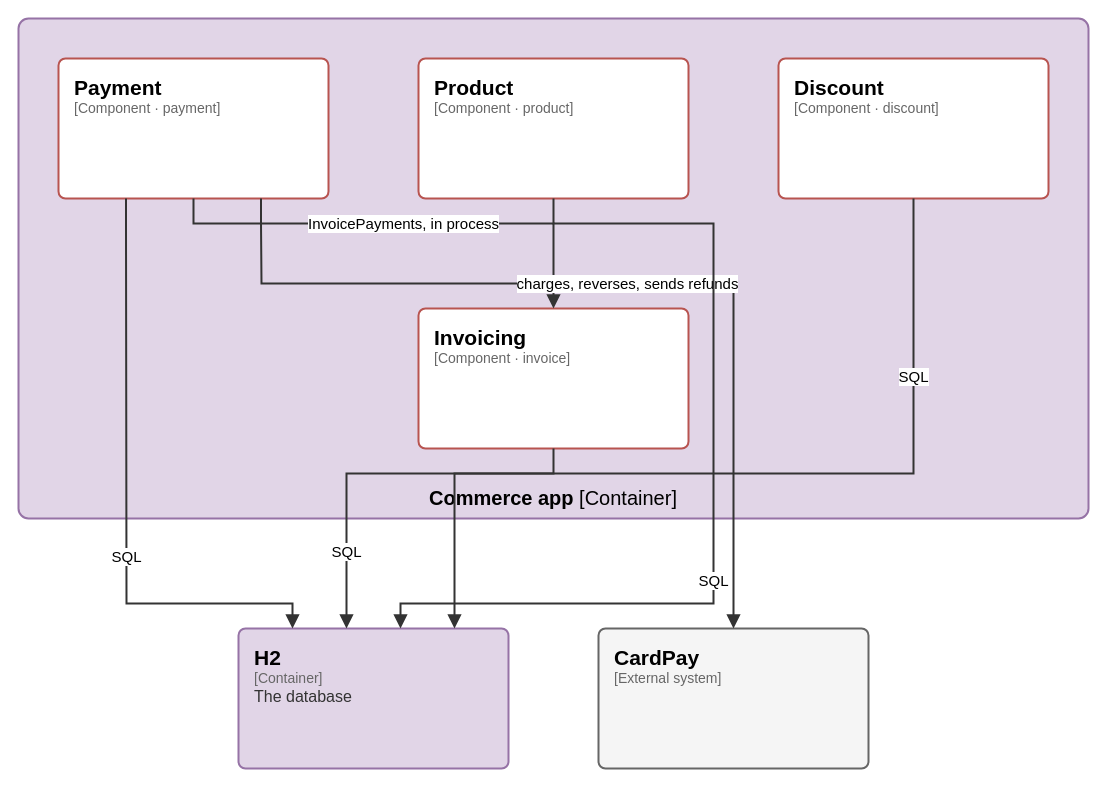
This is page "C4 3 - Components of Commerce app" (3 of 7) of docs/architecture/c4.drawio from elie29/partition-commerce, a draw.io file, before an edit. Source tidied: cells renumbered, new cells numbered last; positions are measured from the earlier drawing's top-left corner, leaving out a move shared by most shapes. Both pictures are drawn from the tidied source at 100%, with x=0, y=0 at pixel (18, 18).
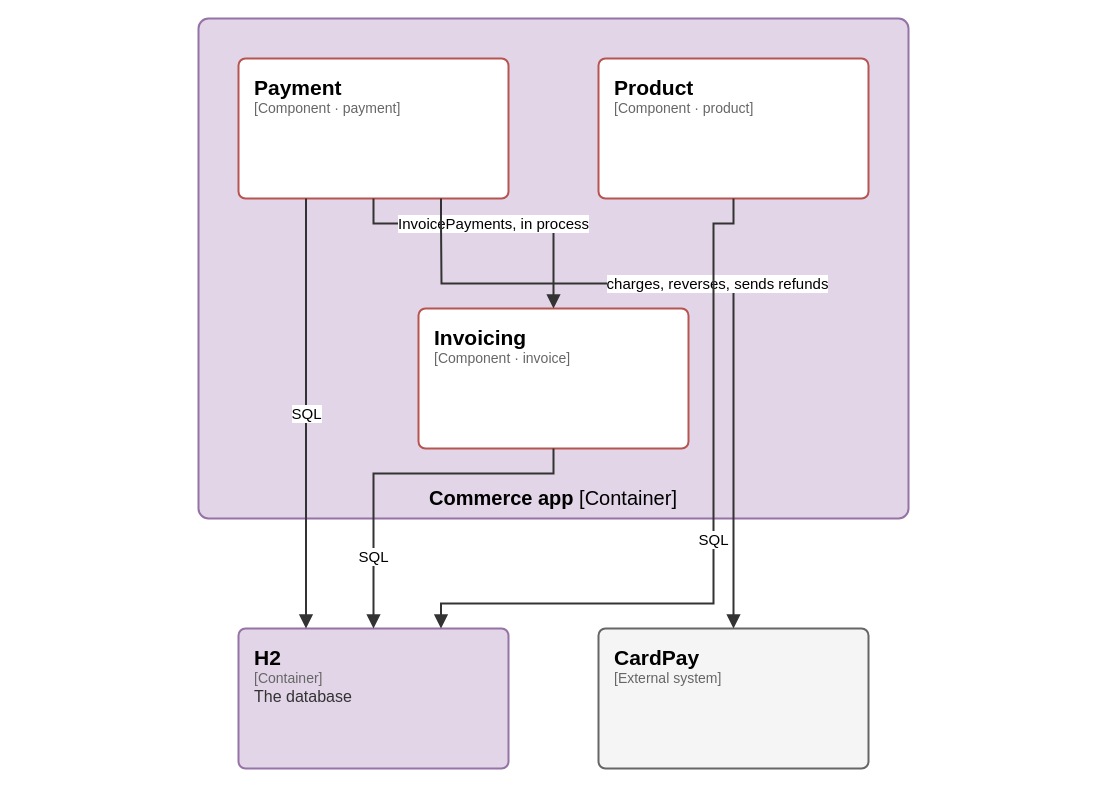
The same page after the edit.

Unchanged cells that the change refers to:
```xml
<mxCell id="3" value="&lt;span style=&quot;font-size:21px;font-weight:600;color:#000000&quot;&gt;Invoicing&lt;/span&gt;&lt;br&gt;&lt;span style=&quot;font-family:IBM Plex Mono;font-size:14px;color:#666666&quot;&gt;[Component · invoice]&lt;/span&gt;" style="rounded=1;absoluteArcSize=1;arcSize=14;html=1;whiteSpace=wrap;fillColor=#ffffff;strokeColor=#b85450;strokeWidth=2;fontFamily=IBM Plex Sans;align=left;verticalAlign=top;spacingLeft=14;spacingRight=10;spacingTop=10;partition=NwpGBdmDzl;" parent="1" vertex="1">
  <mxGeometry x="400" y="290" width="270" height="140" as="geometry" />
</mxCell>
<mxCell id="7" value="&lt;span style=&quot;font-size:21px;font-weight:600;color:#000000&quot;&gt;H2&lt;/span&gt;&lt;br&gt;&lt;span style=&quot;font-family:IBM Plex Mono;font-size:14px;color:#666666&quot;&gt;[Container]&lt;/span&gt;&lt;br&gt;&lt;span style=&quot;font-size:16px;color:#333333;line-height:1.3&quot;&gt;The database&lt;/span&gt;" style="rounded=1;absoluteArcSize=1;arcSize=14;html=1;whiteSpace=wrap;fillColor=#e1d5e7;strokeColor=#9673a6;strokeWidth=2;fontFamily=IBM Plex Sans;align=left;verticalAlign=top;spacingLeft=14;spacingRight=10;spacingTop=10;partition=VhqOdWhMpS;" parent="1" vertex="1">
  <mxGeometry x="220" y="610" width="270" height="140" as="geometry" />
</mxCell>
<mxCell id="8" value="&lt;span style=&quot;font-size:21px;font-weight:600;color:#000000&quot;&gt;CardPay&lt;/span&gt;&lt;br&gt;&lt;span style=&quot;font-family:IBM Plex Mono;font-size:14px;color:#666666&quot;&gt;[External system]&lt;/span&gt;" style="rounded=1;absoluteArcSize=1;arcSize=14;html=1;whiteSpace=wrap;fillColor=#f5f5f5;strokeColor=#666666;strokeWidth=2;fontFamily=IBM Plex Sans;align=left;verticalAlign=top;spacingLeft=14;spacingRight=10;spacingTop=10;partition=R1m1i5lw6r;" parent="1" vertex="1">
  <mxGeometry x="580" y="610" width="270" height="140" as="geometry" />
</mxCell>
```

Diff of the diagram source:
```diff
@@
-    <mxCell id="2" value="&lt;b&gt;Commerce app&lt;/b&gt; [Container]" style="rounded=1;absoluteArcSize=1;arcSize=20;html=1;whiteSpace=wrap;fillColor=#e1d5e7;strokeColor=#9673a6;strokeWidth=2;fontFamily=IBM Plex Sans;fontSize=20;verticalAlign=bottom;spacingTop=6;spacingBottom=6;partition=-vGjSmE00T;" parent="1" vertex="1">
-      <mxGeometry width="1070" height="500" as="geometry" />
+    <mxCell id="2" value="&lt;b&gt;Commerce app&lt;/b&gt; [Container]" style="rounded=1;absoluteArcSize=1;arcSize=20;html=1;whiteSpace=wrap;fillColor=#e1d5e7;strokeColor=#9673a6;strokeWidth=2;fontFamily=IBM Plex Sans;fontSize=20;verticalAlign=bottom;spacingTop=6;spacingBottom=6;partition=uWRdhQlmVW;" parent="1" vertex="1">
+      <mxGeometry x="180" width="710" height="500" as="geometry" />
     </mxCell>
@@
-    <mxCell id="4" value="&lt;span style=&quot;font-size:21px;font-weight:600;color:#000000&quot;&gt;Payment&lt;/span&gt;&lt;br&gt;&lt;span style=&quot;font-family:IBM Plex Mono;font-size:14px;color:#666666&quot;&gt;[Component · payment]&lt;/span&gt;" style="rounded=1;absoluteArcSize=1;arcSize=14;html=1;whiteSpace=wrap;fillColor=#ffffff;strokeColor=#b85450;strokeWidth=2;fontFamily=IBM Plex Sans;align=left;verticalAlign=top;spacingLeft=14;spacingRight=10;spacingTop=10;partition=MpiWCou8A7;" parent="1" vertex="1">
-      <mxGeometry x="40" y="40" width="270" height="140" as="geometry" />
+    <mxCell id="4" value="&lt;span style=&quot;font-size:21px;font-weight:600;color:#000000&quot;&gt;Payment&lt;/span&gt;&lt;br&gt;&lt;span style=&quot;font-family:IBM Plex Mono;font-size:14px;color:#666666&quot;&gt;[Component · payment]&lt;/span&gt;" style="rounded=1;absoluteArcSize=1;arcSize=14;html=1;whiteSpace=wrap;fillColor=#ffffff;strokeColor=#b85450;strokeWidth=2;fontFamily=IBM Plex Sans;align=left;verticalAlign=top;spacingLeft=14;spacingRight=10;spacingTop=10;partition=OoiQrNIVBC;" parent="1" vertex="1">
+      <mxGeometry x="220" y="40" width="270" height="140" as="geometry" />
     </mxCell>
-    <mxCell id="5" value="&lt;span style=&quot;font-size:21px;font-weight:600;color:#000000&quot;&gt;Product&lt;/span&gt;&lt;br&gt;&lt;span style=&quot;font-family:IBM Plex Mono;font-size:14px;color:#666666&quot;&gt;[Component · product]&lt;/span&gt;" style="rounded=1;absoluteArcSize=1;arcSize=14;html=1;whiteSpace=wrap;fillColor=#ffffff;strokeColor=#b85450;strokeWidth=2;fontFamily=IBM Plex Sans;align=left;verticalAlign=top;spacingLeft=14;spacingRight=10;spacingTop=10;partition=rwtB4VHL-5;" parent="1" vertex="1">
-      <mxGeometry x="400" y="40" width="270" height="140" as="geometry" />
+    <mxCell id="5" value="&lt;span style=&quot;font-size:21px;font-weight:600;color:#000000&quot;&gt;Product&lt;/span&gt;&lt;br&gt;&lt;span style=&quot;font-family:IBM Plex Mono;font-size:14px;color:#666666&quot;&gt;[Component · product]&lt;/span&gt;" style="rounded=1;absoluteArcSize=1;arcSize=14;html=1;whiteSpace=wrap;fillColor=#ffffff;strokeColor=#b85450;strokeWidth=2;fontFamily=IBM Plex Sans;align=left;verticalAlign=top;spacingLeft=14;spacingRight=10;spacingTop=10;partition=eIuSdzb2dt;" parent="1" vertex="1">
+      <mxGeometry x="580" y="40" width="270" height="140" as="geometry" />
     </mxCell>
-    <mxCell id="6" value="&lt;span style=&quot;font-size:21px;font-weight:600;color:#000000&quot;&gt;Discount&lt;/span&gt;&lt;br&gt;&lt;span style=&quot;font-family:IBM Plex Mono;font-size:14px;color:#666666&quot;&gt;[Component · discount]&lt;/span&gt;" style="rounded=1;absoluteArcSize=1;arcSize=14;html=1;whiteSpace=wrap;fillColor=#ffffff;strokeColor=#b85450;strokeWidth=2;fontFamily=IBM Plex Sans;align=left;verticalAlign=top;spacingLeft=14;spacingRight=10;spacingTop=10;partition=0IPpTdDtHd;" parent="1" vertex="1">
-      <mxGeometry x="760" y="40" width="270" height="140" as="geometry" />
-    </mxCell>
@@
-    <mxCell id="9" value="SQL" style="edgeStyle=orthogonalEdgeStyle;rounded=0;html=1;endArrow=block;endFill=1;endSize=9;strokeColor=#333333;strokeWidth=2;fontFamily=IBM Plex Sans;fontSize=15;fontColor=#000000;labelBackgroundColor=#FFFFFF;spacing=3;exitX=0.5;exitY=1;exitPerimeter=0;entryX=0.4;entryY=0;entryPerimeter=0;partition=IwNhcftJD9;" parent="1" edge="1" source="3" target="7">
+    <mxCell id="9" value="SQL" style="edgeStyle=orthogonalEdgeStyle;rounded=0;html=1;endArrow=block;endFill=1;endSize=9;strokeColor=#333333;strokeWidth=2;fontFamily=IBM Plex Sans;fontSize=15;fontColor=#000000;labelBackgroundColor=#FFFFFF;spacing=3;exitX=0.5;exitY=1;exitPerimeter=0;entryX=0.5;entryY=0;entryPerimeter=0;partition=GqR2JiRpH3;" parent="1" edge="1" source="3" target="7">
       <mxGeometry x="0.6" relative="1" as="geometry">
         <Array as="points">
           <mxPoint x="535" y="455" />
-          <mxPoint x="328" y="455" />
-          <mxPoint x="328" y="585" />
+          <mxPoint x="355" y="455" />
+          <mxPoint x="355" y="585" />
         </Array>
       </mxGeometry>
     </mxCell>
-    <mxCell id="10" value="InvoicePayments, in process" style="edgeStyle=orthogonalEdgeStyle;rounded=0;html=1;endArrow=block;endFill=1;endSize=9;strokeColor=#333333;strokeWidth=2;fontFamily=IBM Plex Sans;fontSize=15;fontColor=#000000;labelBackgroundColor=#FFFFFF;spacing=3;exitX=0.5;exitY=1;exitPerimeter=0;entryX=0.5;entryY=0;entryPerimeter=0;partition=rWhKiRoJzm;" parent="1" edge="1" source="4" target="3">
+    <mxCell id="10" value="InvoicePayments, in process" style="edgeStyle=orthogonalEdgeStyle;rounded=0;html=1;endArrow=block;endFill=1;endSize=9;strokeColor=#333333;strokeWidth=2;fontFamily=IBM Plex Sans;fontSize=15;fontColor=#000000;labelBackgroundColor=#FFFFFF;spacing=3;exitX=0.5;exitY=1;exitPerimeter=0;entryX=0.5;entryY=0;entryPerimeter=0;partition=HCaEWB2_6R;" parent="1" edge="1" source="4" target="3">
       <mxGeometry relative="1" as="geometry">
         <Array as="points">
-          <mxPoint x="175" y="205" />
+          <mxPoint x="355" y="205" />
           <mxPoint x="535" y="205" />
           <mxPoint x="535" y="265" />
         </Array>
       </mxGeometry>
     </mxCell>
-    <mxCell id="11" value="SQL" style="edgeStyle=orthogonalEdgeStyle;rounded=0;html=1;endArrow=block;endFill=1;endSize=9;strokeColor=#333333;strokeWidth=2;fontFamily=IBM Plex Sans;fontSize=15;fontColor=#000000;labelBackgroundColor=#FFFFFF;spacing=3;exitX=0.25;exitY=1;exitPerimeter=0;entryX=0.2;entryY=0;entryPerimeter=0;partition=qxlWrTsdIg;" parent="1" edge="1" source="4" target="7">
-      <mxGeometry x="0.2" relative="1" as="geometry">
+    <mxCell id="11" value="SQL" style="edgeStyle=orthogonalEdgeStyle;rounded=0;html=1;endArrow=block;endFill=1;endSize=9;strokeColor=#333333;strokeWidth=2;fontFamily=IBM Plex Sans;fontSize=15;fontColor=#000000;labelBackgroundColor=#FFFFFF;spacing=3;exitX=0.25;exitY=1;exitPerimeter=0;entryX=0.25;entryY=0;entryPerimeter=0;partition=ZxdGAgK2mz;" parent="1" edge="1" source="4" target="7">
+      <mxGeometry relative="1" as="geometry">
         <Array as="points">
-          <mxPoint x="108" y="205" />
-          <mxPoint x="108" y="585" />
-          <mxPoint x="274" y="585" />
+          <mxPoint x="288" y="205" />
+          <mxPoint x="288" y="585" />
         </Array>
       </mxGeometry>
     </mxCell>
-    <mxCell id="12" value="charges, reverses, sends refunds" style="edgeStyle=orthogonalEdgeStyle;rounded=0;html=1;endArrow=block;endFill=1;endSize=9;strokeColor=#333333;strokeWidth=2;fontFamily=IBM Plex Sans;fontSize=15;fontColor=#000000;labelBackgroundColor=#FFFFFF;spacing=3;exitX=0.75;exitY=1;exitPerimeter=0;entryX=0.5;entryY=0;entryPerimeter=0;partition=uNFNKJ1G9t;" parent="1" edge="1" source="4" target="8">
+    <mxCell id="12" value="charges, reverses, sends refunds" style="edgeStyle=orthogonalEdgeStyle;rounded=0;html=1;endArrow=block;endFill=1;endSize=9;strokeColor=#333333;strokeWidth=2;fontFamily=IBM Plex Sans;fontSize=15;fontColor=#000000;labelBackgroundColor=#FFFFFF;spacing=3;exitX=0.75;exitY=1;exitPerimeter=0;entryX=0.5;entryY=0;entryPerimeter=0;partition=G0goYEZjoc;" parent="1" edge="1" source="4" target="8">
       <mxGeometry relative="1" as="geometry">
         <Array as="points">
-          <mxPoint x="243" y="205" />
-          <mxPoint x="243" y="265" />
+          <mxPoint x="423" y="205" />
+          <mxPoint x="423" y="265" />
           <mxPoint x="715" y="265" />
           <mxPoint x="715" y="585" />
         </Array>
       </mxGeometry>
     </mxCell>
-    <mxCell id="13" value="SQL" style="edgeStyle=orthogonalEdgeStyle;rounded=0;html=1;endArrow=block;endFill=1;endSize=9;strokeColor=#333333;strokeWidth=2;fontFamily=IBM Plex Sans;fontSize=15;fontColor=#000000;labelBackgroundColor=#FFFFFF;spacing=3;exitX=0.5;exitY=1;exitPerimeter=0;entryX=0.6;entryY=0;entryPerimeter=0;partition=BJV036VgVb;" parent="1" edge="1" source="5" target="7">
-      <mxGeometry x="0.2" relative="1" as="geometry">
+    <mxCell id="13" value="SQL" style="edgeStyle=orthogonalEdgeStyle;rounded=0;html=1;endArrow=block;endFill=1;endSize=9;strokeColor=#333333;strokeWidth=2;fontFamily=IBM Plex Sans;fontSize=15;fontColor=#000000;labelBackgroundColor=#FFFFFF;spacing=3;exitX=0.5;exitY=1;exitPerimeter=0;entryX=0.75;entryY=0;entryPerimeter=0;partition=YMV2wwOjQx;" parent="1" edge="1" source="5" target="7">
+      <mxGeometry relative="1" as="geometry">
         <Array as="points">
-          <mxPoint x="535" y="205" />
+          <mxPoint x="715" y="205" />
           <mxPoint x="695" y="205" />
           <mxPoint x="695" y="585" />
-          <mxPoint x="382" y="585" />
+          <mxPoint x="423" y="585" />
         </Array>
       </mxGeometry>
     </mxCell>
-    <mxCell id="14" value="SQL" style="edgeStyle=orthogonalEdgeStyle;rounded=0;html=1;endArrow=block;endFill=1;endSize=9;strokeColor=#333333;strokeWidth=2;fontFamily=IBM Plex Sans;fontSize=15;fontColor=#000000;labelBackgroundColor=#FFFFFF;spacing=3;exitX=0.5;exitY=1;exitPerimeter=0;entryX=0.8;entryY=0;entryPerimeter=0;partition=luHR0haftd;" parent="1" edge="1" source="6" target="7">
-      <mxGeometry x="-0.6" relative="1" as="geometry">
-        <Array as="points">
-          <mxPoint x="895" y="205" />
-          <mxPoint x="895" y="455" />
-          <mxPoint x="436" y="455" />
-          <mxPoint x="436" y="585" />
-        </Array>
-      </mxGeometry>
-    </mxCell>
```
